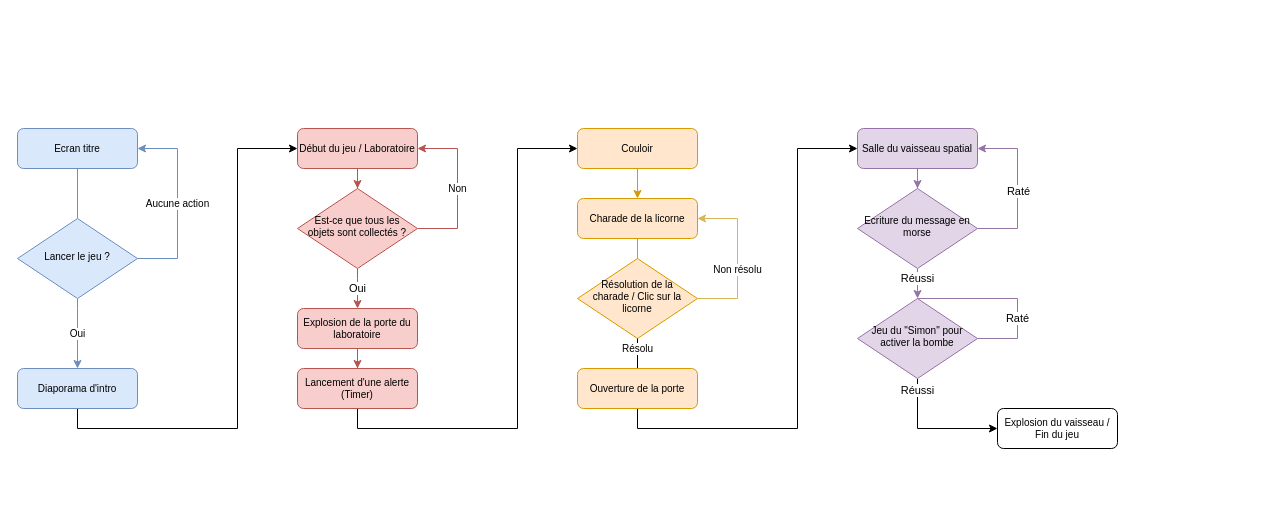
AztyMatt/Alien-Escaper keeps this draw.io diagram as Schéma de navigation.drawio. Above is the earlier version. Source tidied: cells renumbered, new cells numbered last; positions are measured from the earlier drawing's top-left corner, leaving out a move shared by most shapes. Both pictures are drawn from the tidied source at 100%, with x=0, y=0 at pixel (17, 128).
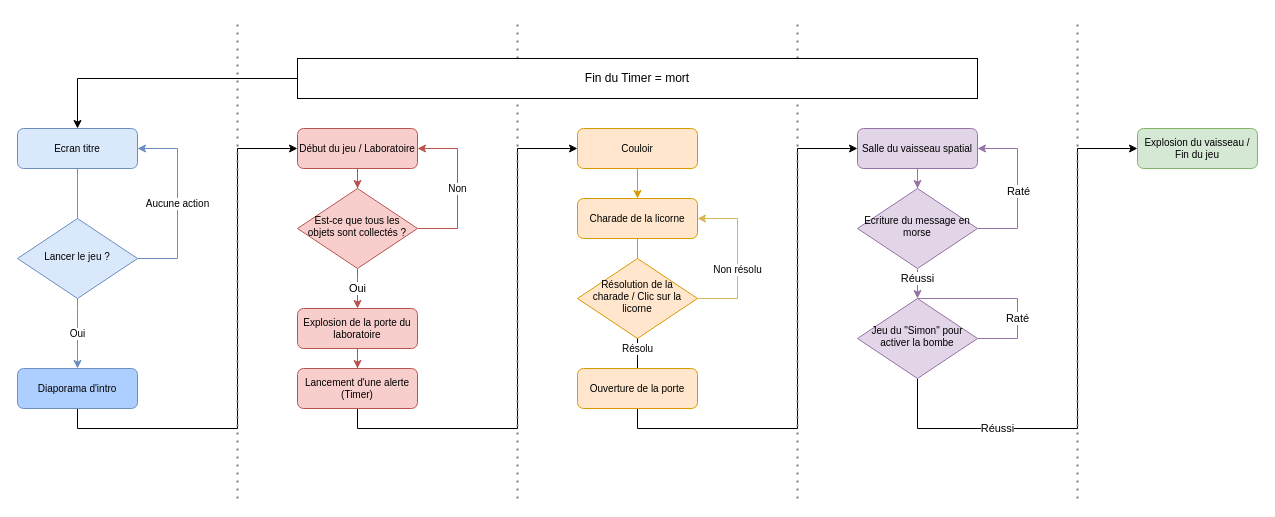
The same diagram, later.

Commit message:
Mettre à jour Schéma de navigation.drawio

Unchanged cells that the change refers to:
```xml
<mxCell id="3" value="Ecran titre" style="rounded=1;whiteSpace=wrap;html=1;fontSize=10;glass=0;strokeWidth=1;shadow=0;fillColor=#dae8fc;strokeColor=#6c8ebf;" parent="1" vertex="1">
  <mxGeometry width="120" height="40" as="geometry" />
</mxCell>
<mxCell id="24" value="Jeu du &quot;Simon&quot; pour activer la bombe" style="rhombus;whiteSpace=wrap;html=1;shadow=0;fontFamily=Helvetica;fontSize=10;align=center;strokeWidth=1;spacing=6;spacingTop=-4;fillColor=#e1d5e7;strokeColor=#9673a6;" parent="1" vertex="1">
  <mxGeometry x="840" y="170" width="120" height="80" as="geometry" />
</mxCell>
```

Change to the diagram source:
```diff
@@
-    <mxCell id="5" value="Diaporama d'intro" style="rounded=1;whiteSpace=wrap;html=1;fontSize=10;glass=0;strokeWidth=1;shadow=0;fillColor=#dae8fc;strokeColor=#6c8ebf;" parent="1" vertex="1">
+    <mxCell id="5" value="Diaporama d'intro" style="rounded=1;whiteSpace=wrap;html=1;fontSize=10;glass=0;strokeWidth=1;shadow=0;fillColor=#adcfff;strokeColor=#6c8ebf;" parent="1" vertex="1">
       <mxGeometry y="240" width="120" height="40" as="geometry" />
     </mxCell>
@@
     <mxCell id="23" value="Réussi" style="edgeStyle=orthogonalEdgeStyle;rounded=0;jettySize=auto;html=1;entryX=0;entryY=0.5;entryDx=0;entryDy=0;" parent="1" edge="1" source="24" target="25">
-      <mxGeometry x="-0.82" relative="1" as="geometry">
+      <mxGeometry x="-0.53" relative="1" as="geometry">
         <Array as="points">
           <mxPoint x="900" y="300" />
+          <mxPoint x="1060" y="300" />
+          <mxPoint x="1060" y="20" />
         </Array>
+        <mxPoint x="1" as="offset" />
       </mxGeometry>
     </mxCell>
@@
-    <mxCell id="25" value="Explosion du vaisseau / Fin du jeu" style="rounded=1;whiteSpace=wrap;html=1;fontSize=10;glass=0;strokeWidth=1;shadow=0;" parent="1" vertex="1">
-      <mxGeometry x="980" y="280" width="120" height="40" as="geometry" />
+    <mxCell id="25" value="Explosion du vaisseau / Fin du jeu" style="rounded=1;whiteSpace=wrap;html=1;fontSize=10;glass=0;strokeWidth=1;shadow=0;fillColor=#d5e8d4;strokeColor=#82b366;" parent="1" vertex="1">
+      <mxGeometry x="1120" width="120" height="40" as="geometry" />
     </mxCell>
@@
+    <mxCell id="40" style="edgeStyle=orthogonalEdgeStyle;rounded=0;jettySize=auto;html=1;entryX=0.5;entryY=0;entryDx=0;entryDy=0;" parent="1" edge="1" source="45" target="3">
+      <mxGeometry relative="1" as="geometry" />
+    </mxCell>
+    <mxCell id="41" style="endArrow=none;dashed=1;html=1;dashPattern=1 3;strokeWidth=2;rounded=0;strokeColor=#7D7D7D;" parent="1" edge="1">
+      <mxGeometry relative="1" as="geometry">
+        <mxPoint x="220" y="370" as="sourcePoint" />
+        <mxPoint x="220" y="-110" as="targetPoint" />
+      </mxGeometry>
+    </mxCell>
+    <mxCell id="42" style="endArrow=none;dashed=1;html=1;dashPattern=1 3;strokeWidth=2;rounded=0;strokeColor=#7D7D7D;" parent="1" edge="1">
+      <mxGeometry relative="1" as="geometry">
+        <mxPoint x="500" y="370" as="sourcePoint" />
+        <mxPoint x="500" y="-110" as="targetPoint" />
+      </mxGeometry>
+    </mxCell>
+    <mxCell id="43" style="endArrow=none;dashed=1;html=1;dashPattern=1 3;strokeWidth=2;rounded=0;strokeColor=#7D7D7D;" parent="1" edge="1">
+      <mxGeometry relative="1" as="geometry">
+        <mxPoint x="780" y="370" as="sourcePoint" />
+        <mxPoint x="780" y="-110" as="targetPoint" />
+      </mxGeometry>
+    </mxCell>
+    <mxCell id="44" style="endArrow=none;dashed=1;html=1;dashPattern=1 3;strokeWidth=2;rounded=0;strokeColor=#7D7D7D;" parent="1" edge="1">
+      <mxGeometry relative="1" as="geometry">
+        <mxPoint x="1060" y="370" as="sourcePoint" />
+        <mxPoint x="1060" y="-110" as="targetPoint" />
+      </mxGeometry>
+    </mxCell>
+    <mxCell id="45" value="Fin du Timer = mort" style="rounded=0;whiteSpace=wrap;html=1;" parent="1" vertex="1">
+      <mxGeometry x="280" y="-70" width="680" height="40" as="geometry" />
+    </mxCell>
```
